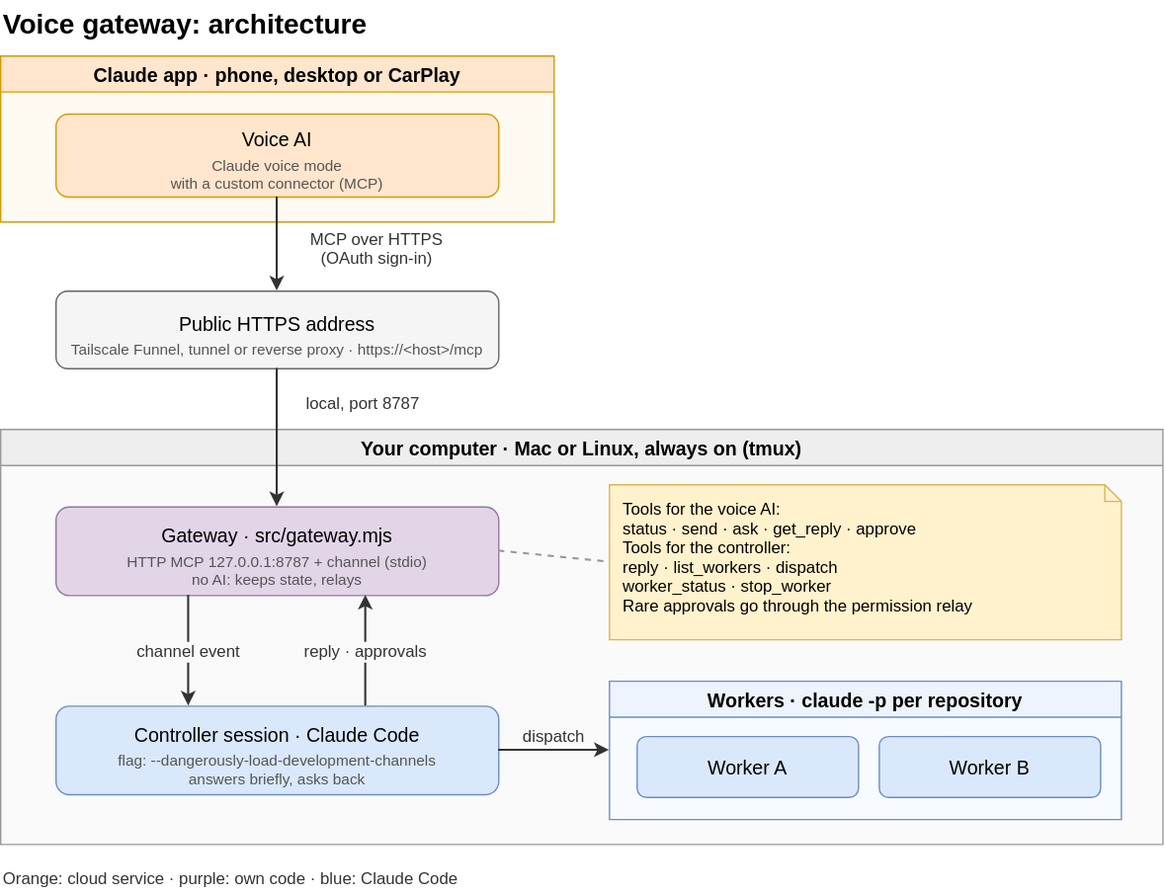
Before: docs/architecture.drawio.svg, a diagram exported from draw.io (alderg/cc-voice-gateway). Source tidied: cells renumbered, new cells last; positions are measured from the earlier drawing's top-left corner, leaving out a move shared by most shapes.
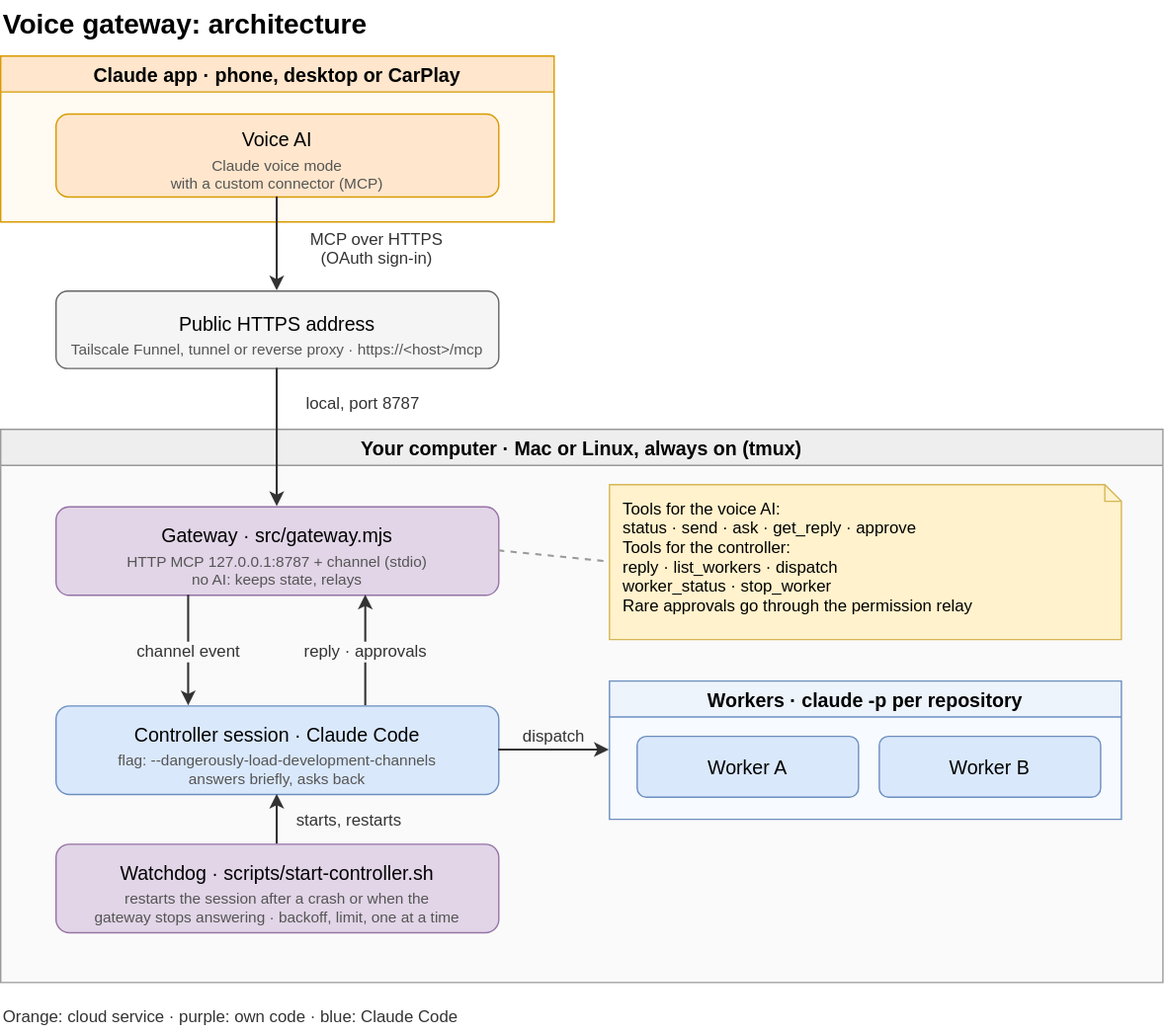
After the change.

Commit message:
Controller watchdog: restart after a crash, with backoff, a limit and a lock

The edit, as a diff of the source:
```diff
@@ -21,7 +21,7 @@
       <mxGeometry y="31.3" width="320" height="13.2" as="geometry" />
     </mxCell>
     <mxCell id="8" value="Your computer · Mac or Linux, always on (tmux)" style="swimlane;startSize=26;html=0;fontSize=14;fontStyle=1;fillColor=#eeeeee;strokeColor=#999999;swimlaneFillColor=#fafafa;rounded=0;" parent="1" vertex="1">
-      <mxGeometry y="310" width="840" height="300" as="geometry" />
+      <mxGeometry y="310" width="840" height="400" as="geometry" />
     </mxCell>
     <mxCell id="9" value="Gateway · src/gateway.mjs" style="rounded=1;html=0;fontSize=14;fillColor=#e1d5e7;strokeColor=#9673a6;fontStyle=0;verticalAlign=top;spacingTop=6.9;" parent="8" vertex="1">
       <mxGeometry x="40" y="56" width="320" height="64" as="geometry" />
@@ -47,8 +47,14 @@
     <mxCell id="16" value="Worker B" style="rounded=1;html=0;fontSize=14;fillColor=#dae8fc;strokeColor=#6c8ebf;fontStyle=0;" parent="14" vertex="1">
       <mxGeometry x="195" y="40" width="160" height="44" as="geometry" />
     </mxCell>
+    <mxCell id="24" value="Watchdog · scripts/start-controller.sh" style="rounded=1;html=0;fontSize=14;fillColor=#e1d5e7;strokeColor=#9673a6;fontStyle=0;verticalAlign=top;spacingTop=6.9;" parent="8" vertex="1">
+      <mxGeometry x="40" y="300" width="320" height="64" as="geometry" />
+    </mxCell>
+    <mxCell id="25" value="restarts the session after a crash or when the&#10;gateway stops answering · backoff, limit, one at a time" style="text;html=0;fontSize=11;fontColor=#555555;align=center;verticalAlign=top;spacing=0;strokeColor=none;fillColor=none;" parent="24" vertex="1">
+      <mxGeometry y="28.7" width="320" height="26.4" as="geometry" />
+    </mxCell>
     <mxCell id="17" value="Orange: cloud service · purple: own code · blue: Claude Code" style="text;html=0;fontSize=12;align=left;verticalAlign=middle;strokeColor=none;fillColor=none;fontStyle=0;fontColor=#333333;" parent="1" vertex="1">
-      <mxGeometry y="622" width="840" height="24" as="geometry" />
+      <mxGeometry y="722" width="840" height="24" as="geometry" />
     </mxCell>
     <mxCell id="18" value="MCP over HTTPS&#10;(OAuth sign-in)" style="edgeStyle=none;rounded=0;html=0;endArrow=classic;endFill=1;startArrow=none;strokeColor=#333333;strokeWidth=1.5;fontSize=12;fontColor=#333333;labelBackgroundColor=#ffffff;exitX=0.5;exitY=1;exitDx=0;exitDy=0;entryX=0.5;entryY=0;entryDx=0;entryDy=0;" parent="1" edge="1" source="4" target="6">
       <mxGeometry x="0.1" relative="1" as="geometry">
@@ -74,5 +80,10 @@
     <mxCell id="23" style="edgeStyle=none;rounded=0;html=0;endArrow=none;startArrow=none;strokeColor=#999999;strokeWidth=1.5;fontSize=12;fontColor=#333333;labelBackgroundColor=#ffffff;dashed=1;exitX=1;exitY=0.5;exitDx=0;exitDy=0;entryX=0;entryY=0.5;entryDx=0;entryDy=0;" parent="1" edge="1" source="9" target="13">
       <mxGeometry relative="1" as="geometry" />
     </mxCell>
+    <mxCell id="26" value="starts, restarts" style="edgeStyle=none;rounded=0;html=0;endArrow=classic;endFill=1;startArrow=none;strokeColor=#333333;strokeWidth=1.5;fontSize=12;fontColor=#333333;labelBackgroundColor=#fafafa;exitX=0.5;exitY=0;exitDx=0;exitDy=0;entryX=0.5;entryY=1;entryDx=0;entryDy=0;" parent="1" edge="1" source="24" target="11">
+      <mxGeometry relative="1" as="geometry">
+        <mxPoint x="52" as="offset" />
+      </mxGeometry>
+    </mxCell>
   </root>
 </mxGraphModel>
```
